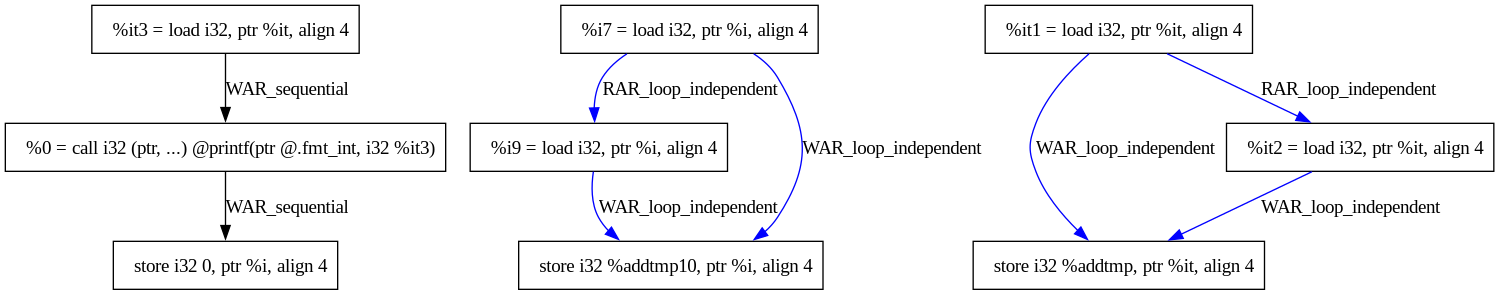
nash-raf/Graph-language- keeps this Graphviz diagram as Graph-language-/gpl_ast/test-depgraph.png. Above is the earlier version. Its source is kept beside it as Graph-language-/gpl_ast/test-depgraph.dot.
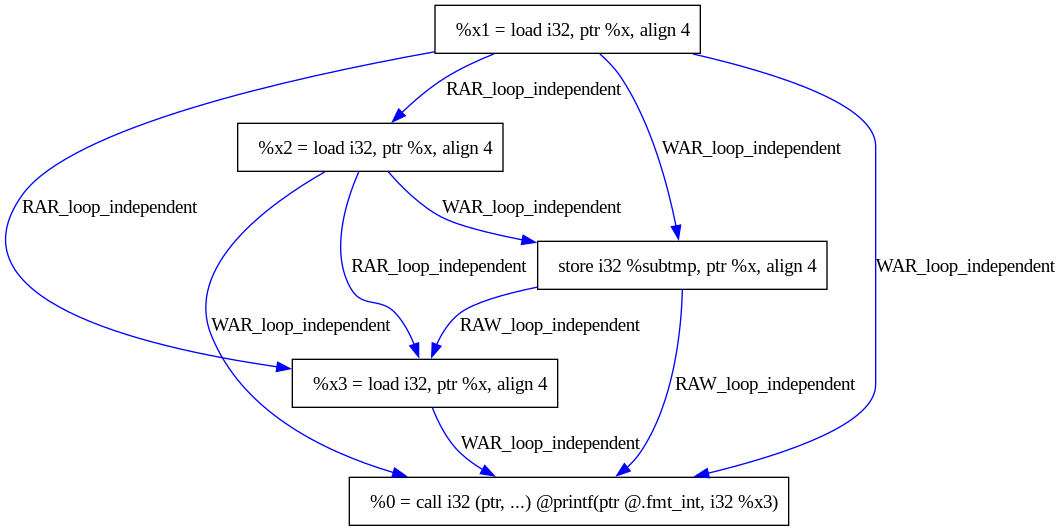
Above is the later version.

Change to the diagram source:
```diff
@@ -1,21 +1,19 @@
 digraph main_dep_graph {
   rankdir=TB;
   node [shape=box];
-  node9 [label="  store i32 0, ptr %i, align 4"];
-  node2 [label="  %i9 = load i32, ptr %i, align 4"];
-  node8 [label="  %0 = call i32 (ptr, ...) @printf(ptr @.fmt_int, i32 %it3)"];
-  node4 [label="  %it1 = load i32, ptr %it, align 4"];
-  node3 [label="  store i32 %addtmp10, ptr %i, align 4"];
-  node1 [label="  %i7 = load i32, ptr %i, align 4"];
-  node7 [label="  %it3 = load i32, ptr %it, align 4"];
-  node6 [label="  store i32 %addtmp, ptr %it, align 4"];
-  node5 [label="  %it2 = load i32, ptr %it, align 4"];
+  node5 [label="  %0 = call i32 (ptr, ...) @printf(ptr @.fmt_int, i32 %x3)"];
+  node2 [label="  %x2 = load i32, ptr %x, align 4"];
+  node1 [label="  %x1 = load i32, ptr %x, align 4"];
+  node3 [label="  store i32 %subtmp, ptr %x, align 4"];
+  node4 [label="  %x3 = load i32, ptr %x, align 4"];
   node1 -> node2 [label="RAR_loop_independent", color="blue", style="solid"];
   node1 -> node3 [label="WAR_loop_independent", color="blue", style="solid"];
+  node1 -> node4 [label="RAR_loop_independent", color="blue", style="solid"];
+  node1 -> node5 [label="WAR_loop_independent", color="blue", style="solid"];
   node2 -> node3 [label="WAR_loop_independent", color="blue", style="solid"];
-  node4 -> node5 [label="RAR_loop_independent", color="blue", style="solid"];
-  node4 -> node6 [label="WAR_loop_independent", color="blue", style="solid"];
-  node5 -> node6 [label="WAR_loop_independent", color="blue", style="solid"];
-  node7 -> node8 [label="WAR_sequential", color="black", style="solid"];
-  node8 -> node9 [label="WAR_sequential", color="black", style="solid"];
+  node2 -> node4 [label="RAR_loop_independent", color="blue", style="solid"];
+  node2 -> node5 [label="WAR_loop_independent", color="blue", style="solid"];
+  node3 -> node4 [label="RAW_loop_independent", color="blue", style="solid"];
+  node3 -> node5 [label="RAW_loop_independent", color="blue", style="solid"];
+  node4 -> node5 [label="WAR_loop_independent", color="blue", style="solid"];
 }
```
